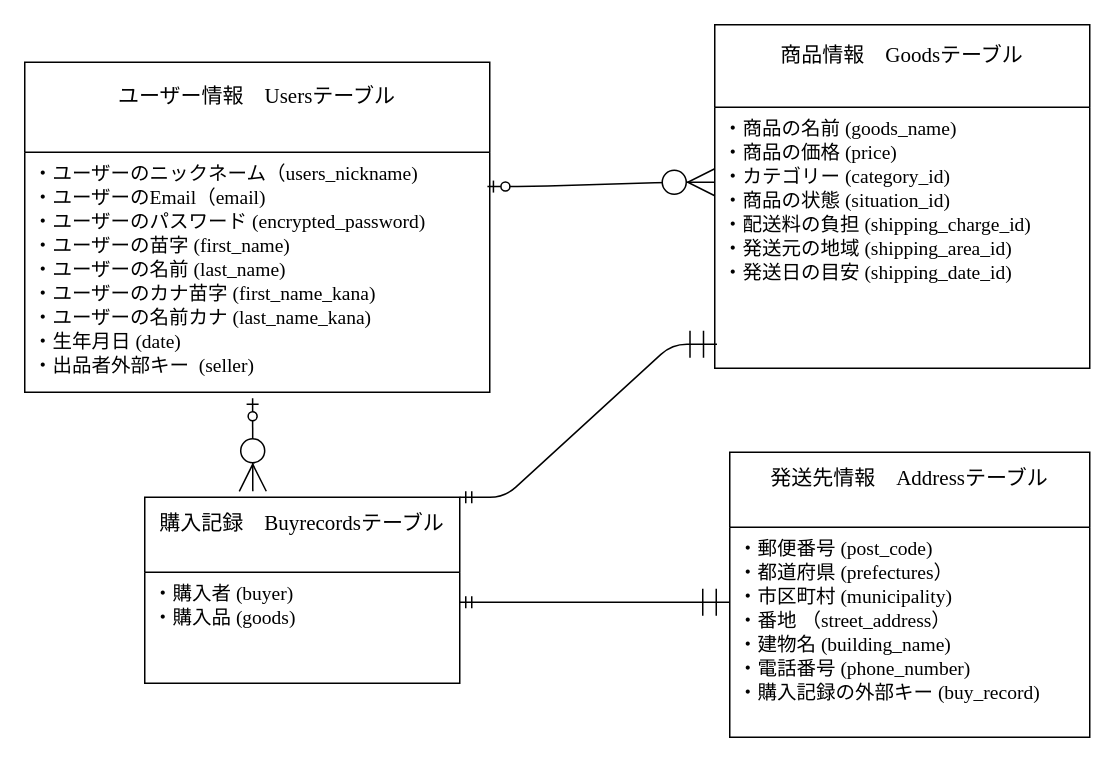
The draw.io diagram database.dio in ayumi0511/furima-39874, before the edit. Source tidied: cells renumbered, new cells numbered last; positions are measured from the earlier drawing's top-left corner, leaving out a move shared by most shapes. Both pictures are drawn from the tidied source at 150%, with x=0, y=0 at pixel (24, 24).
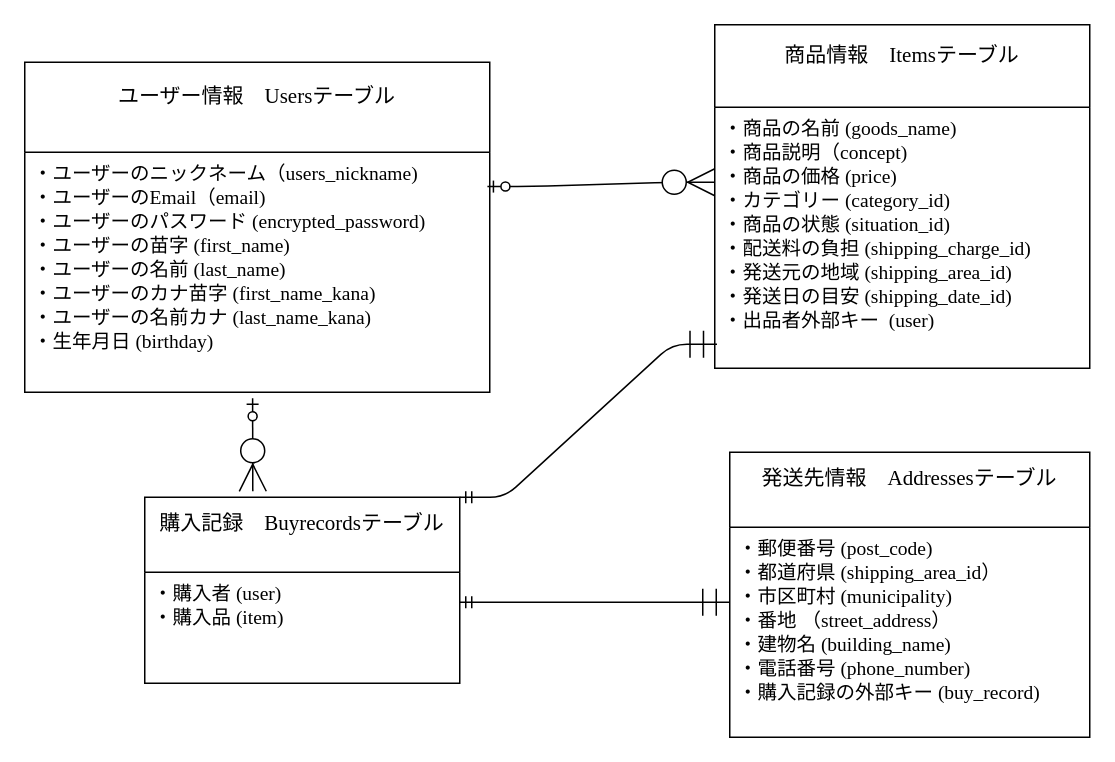
Above is the later version.

Commit message (it also covers changes not shown here):
データベース設計　修正#3

The edit, as a diff of the source:
```diff
@@
 <mxGraphModel>
   <root>
     <mxCell id="0" />
     <mxCell id="1" parent="0" />
     <mxCell id="2" value="購入記録　Buyrecordsテーブル&#10;" style="swimlane;fontStyle=0;horizontal=1;startSize=50;align=center;fontSize=14;hachureGap=4;fontFamily=Garamond;" parent="1" vertex="1">
       <mxGeometry x="80" y="315" width="210" height="124" as="geometry" />
     </mxCell>
-    <mxCell id="3" value="・購入者 (buyer)&#10;・購入品 (goods)" style="text;strokeColor=none;fillColor=none;spacingLeft=4;spacingRight=4;overflow=hidden;fontSize=13;hachureGap=4;fontFamily=Garamond;sketch=1;curveFitting=1;jiggle=2;" parent="2" vertex="1">
+    <mxCell id="3" value="・購入者 (user)&#10;・購入品 (item)" style="text;strokeColor=none;fillColor=none;spacingLeft=4;spacingRight=4;overflow=hidden;fontSize=13;hachureGap=4;fontFamily=Garamond;sketch=1;curveFitting=1;jiggle=2;" parent="2" vertex="1">
       <mxGeometry y="50" width="210" height="74" as="geometry" />
     </mxCell>
-    <mxCell id="4" value="発送先情報　Addressテーブル&#10;" style="swimlane;fontStyle=0;horizontal=1;startSize=50;align=center;fontSize=14;hachureGap=4;fontFamily=Garamond;" parent="1" vertex="1">
+    <mxCell id="4" value="発送先情報　Addressesテーブル&#10;" style="swimlane;fontStyle=0;horizontal=1;startSize=50;align=center;fontSize=14;hachureGap=4;fontFamily=Garamond;" parent="1" vertex="1">
       <mxGeometry x="470" y="285" width="240" height="190" as="geometry" />
     </mxCell>
-    <mxCell id="5" value="・郵便番号 (post_code)&#10;・都道府県 (prefectures）&#10;・市区町村 (municipality)&#10;・番地 （street_address）&#10;・建物名 (building_name)&#10;・電話番号 (phone_number)&#10;・購入記録の外部キー (buy_record)&#10;" style="text;strokeColor=none;fillColor=none;spacingLeft=4;spacingRight=4;overflow=hidden;fontSize=13;hachureGap=4;fontFamily=Garamond;sketch=1;curveFitting=1;jiggle=2;" parent="4" vertex="1">
+    <mxCell id="5" value="・郵便番号 (post_code)&#10;・都道府県 (shipping_area_id）&#10;・市区町村 (municipality)&#10;・番地 （street_address）&#10;・建物名 (building_name)&#10;・電話番号 (phone_number)&#10;・購入記録の外部キー (buy_record)&#10;" style="text;strokeColor=none;fillColor=none;spacingLeft=4;spacingRight=4;overflow=hidden;fontSize=13;hachureGap=4;fontFamily=Garamond;sketch=1;curveFitting=1;jiggle=2;" parent="4" vertex="1">
       <mxGeometry y="50" width="240" height="140" as="geometry" />
     </mxCell>
-    <mxCell id="6" value="商品情報　Goodsテーブル&#10;" style="swimlane;fontStyle=0;horizontal=1;startSize=55;align=center;fontSize=14;hachureGap=4;fontFamily=Garamond;" parent="1" vertex="1">
+    <mxCell id="6" value="商品情報　Itemsテーブル&#10;" style="swimlane;fontStyle=0;horizontal=1;startSize=55;align=center;fontSize=14;hachureGap=4;fontFamily=Garamond;" parent="1" vertex="1">
       <mxGeometry x="460" width="250" height="229" as="geometry" />
     </mxCell>
-    <mxCell id="7" value="・商品の名前 (goods_name)&#10;・商品の価格 (price)&#10;・カテゴリー (category_id)&#10;・商品の状態 (situation_id)&#10;・配送料の負担 (shipping_charge_id)&#10;・発送元の地域 (shipping_area_id)&#10;・発送日の目安 (shipping_date_id)" style="text;strokeColor=none;fillColor=none;spacingLeft=4;spacingRight=4;overflow=hidden;points=[[0,0.5],[1,0.5]];portConstraint=eastwest;fontSize=13;hachureGap=4;fontFamily=Garamond;" parent="6" vertex="1">
+    <mxCell id="7" value="・商品の名前 (goods_name)&#10;・商品説明（concept)&#10;・商品の価格 (price)&#10;・カテゴリー (category_id)&#10;・商品の状態 (situation_id)&#10;・配送料の負担 (shipping_charge_id)&#10;・発送元の地域 (shipping_area_id)&#10;・発送日の目安 (shipping_date_id)&#10;・出品者外部キー  (user)" style="text;strokeColor=none;fillColor=none;spacingLeft=4;spacingRight=4;overflow=hidden;points=[[0,0.5],[1,0.5]];portConstraint=eastwest;fontSize=13;hachureGap=4;fontFamily=Garamond;" parent="6" vertex="1">
       <mxGeometry y="55" width="250" height="174" as="geometry" />
     </mxCell>
     <mxCell id="8" value="ユーザー情報　Usersテーブル&#10;" style="swimlane;fontStyle=0;horizontal=1;startSize=60;align=center;fontSize=14;hachureGap=4;fontFamily=Garamond;" parent="1" vertex="1">
       <mxGeometry y="25" width="310" height="220" as="geometry" />
     </mxCell>
-    <mxCell id="9" value="・ユーザーのニックネーム（users_nickname)&#10;・ユーザーのEmail（email)&#10;・ユーザーのパスワード (encrypted_password)&#10;・ユーザーの苗字 (first_name)&#10;・ユーザーの名前 (last_name)&#10;・ユーザーのカナ苗字 (first_name_kana)&#10;・ユーザーの名前カナ (last_name_kana)&#10;・生年月日 (date)&#10;・出品者外部キー  (seller)" style="text;strokeColor=none;fillColor=none;spacingLeft=4;spacingRight=4;overflow=hidden;points=[[0,0.5],[1,0.5]];portConstraint=eastwest;fontSize=13;hachureGap=4;fontFamily=Garamond;" parent="8" vertex="1">
+    <mxCell id="9" value="・ユーザーのニックネーム（users_nickname)&#10;・ユーザーのEmail（email)&#10;・ユーザーのパスワード (encrypted_password)&#10;・ユーザーの苗字 (first_name)&#10;・ユーザーの名前 (last_name)&#10;・ユーザーのカナ苗字 (first_name_kana)&#10;・ユーザーの名前カナ (last_name_kana)&#10;・生年月日 (birthday)&#10;" style="text;strokeColor=none;fillColor=none;spacingLeft=4;spacingRight=4;overflow=hidden;points=[[0,0.5],[1,0.5]];portConstraint=eastwest;fontSize=13;hachureGap=4;fontFamily=Garamond;" parent="8" vertex="1">
       <mxGeometry y="60" width="310" height="160" as="geometry" />
     </mxCell>
     <mxCell id="10" style="edgeStyle=entityRelationEdgeStyle;fontSize=12;html=1;endArrow=ERzeroToMany;startArrow=ERzeroToOne;sketch=0;hachureGap=4;jiggle=2;curveFitting=1;fontFamily=Garamond;endSize=16;sourcePerimeterSpacing=16;exitX=0.995;exitY=0.143;exitDx=0;exitDy=0;exitPerimeter=0;" parent="1" edge="1" source="9">
       <mxGeometry relative="1" as="geometry">
         <mxPoint x="460" y="105" as="targetPoint" />
       </mxGeometry>
     </mxCell>
     <mxCell id="11" style="fontSize=12;html=1;endArrow=ERzeroToMany;startArrow=ERzeroToOne;sketch=0;hachureGap=4;jiggle=2;curveFitting=1;fontFamily=Garamond;endSize=16;sourcePerimeterSpacing=16;entryX=0.343;entryY=-0.032;entryDx=0;entryDy=0;entryPerimeter=0;exitX=0.49;exitY=1.025;exitDx=0;exitDy=0;exitPerimeter=0;" parent="1" edge="1" source="9" target="2">
       <mxGeometry relative="1" as="geometry" />
     </mxCell>
     <mxCell id="12" style="edgeStyle=entityRelationEdgeStyle;fontSize=12;html=1;endArrow=ERmandOne;startArrow=ERmandOne;sketch=0;hachureGap=4;jiggle=2;curveFitting=1;fontFamily=Garamond;endSize=16;sourcePerimeterSpacing=16;" parent="1" edge="1">
       <mxGeometry relative="1" as="geometry">
         <mxPoint x="290" y="385" as="sourcePoint" />
         <mxPoint x="470" y="385" as="targetPoint" />
       </mxGeometry>
     </mxCell>
     <mxCell id="13" style="edgeStyle=entityRelationEdgeStyle;fontSize=12;html=1;endArrow=ERmandOne;startArrow=ERmandOne;sketch=0;hachureGap=4;jiggle=2;curveFitting=1;fontFamily=Garamond;endSize=16;sourcePerimeterSpacing=16;exitX=1;exitY=0;exitDx=0;exitDy=0;entryX=0.006;entryY=0.908;entryDx=0;entryDy=0;entryPerimeter=0;" parent="1" edge="1" source="2" target="7">
       <mxGeometry relative="1" as="geometry" />
     </mxCell>
   </root>
 </mxGraphModel>
```
